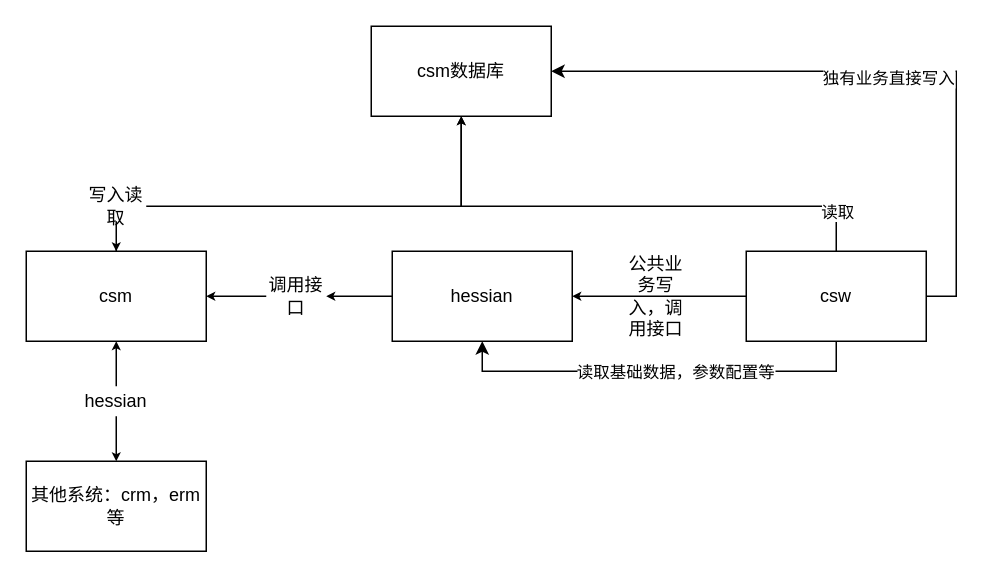
Before: newModel.drawio in lin-owen/hello-world, a draw.io diagram. Source tidied: cells renumbered, new cells numbered last; positions are measured from the earlier drawing's top-left corner, leaving out a move shared by most shapes. Both pictures are drawn from the tidied source at 150%, with x=0, y=0 at pixel (26, 26).
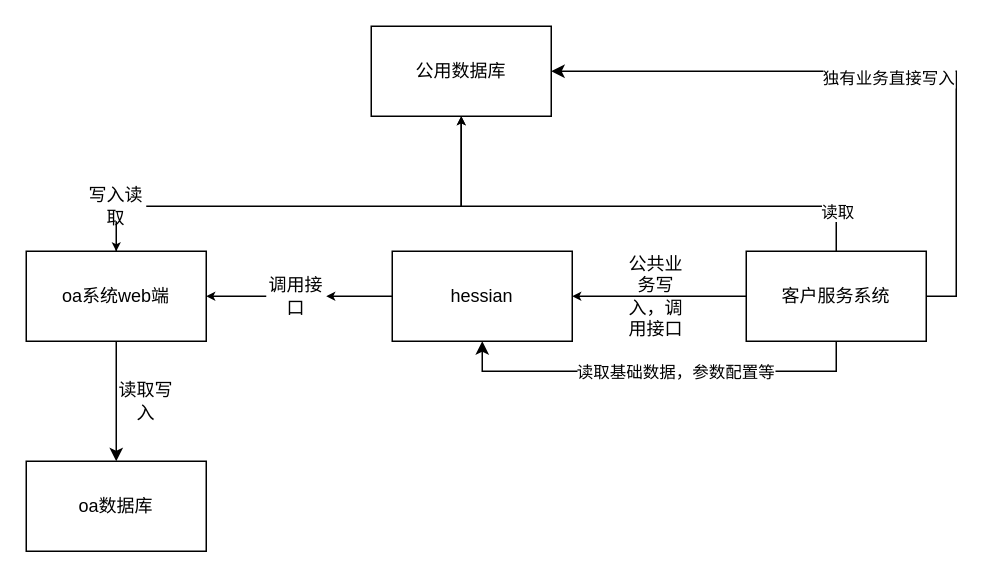
The same page after the edit.

What changed in the source:
```diff
@@
-    <mxCell id="2" value="csm数据库" style="rounded=0;whiteSpace=wrap;html=1;" parent="1" vertex="1">
+    <mxCell id="2" value="公用数据库" style="rounded=0;whiteSpace=wrap;html=1;" parent="1" vertex="1">
       <mxGeometry x="230" width="120" height="60" as="geometry" />
     </mxCell>
+    <mxCell id="24" style="edgeStyle=orthogonalEdgeStyle;rounded=0;jettySize=auto;html=1;" parent="1" edge="1" source="3" target="25">
+      <mxGeometry relative="1" as="geometry">
+        <Array as="points">
+          <mxPoint x="60" y="250" />
+          <mxPoint x="60" y="250" />
+        </Array>
+      </mxGeometry>
+    </mxCell>
-    <mxCell id="3" value="csm" style="rounded=0;whiteSpace=wrap;html=1;" parent="1" vertex="1">
+    <mxCell id="3" value="oa系统web端" style="rounded=0;whiteSpace=wrap;html=1;" parent="1" vertex="1">
       <mxGeometry y="150" width="120" height="60" as="geometry" />
     </mxCell>
@@
-    <mxCell id="13" value="csw" style="rounded=0;whiteSpace=wrap;html=1;" parent="1" vertex="1">
+    <mxCell id="13" value="客户服务系统" style="rounded=0;whiteSpace=wrap;html=1;" parent="1" vertex="1">
       <mxGeometry x="480" y="150" width="120" height="60" as="geometry" />
     </mxCell>
@@
-    <mxCell id="17" value="其他系统：crm，erm等" style="rounded=0;whiteSpace=wrap;html=1;" parent="1" vertex="1">
-      <mxGeometry y="290" width="120" height="60" as="geometry" />
-    </mxCell>
-    <mxCell id="18" style="edgeStyle=orthogonalEdgeStyle;rounded=0;jettySize=auto;html=1;startSize=3;endSize=3;" parent="1" edge="1" source="20" target="17">
-      <mxGeometry relative="1" as="geometry" />
-    </mxCell>
-    <mxCell id="19" style="edgeStyle=orthogonalEdgeStyle;rounded=0;jettySize=auto;html=1;startSize=3;endSize=3;entryX=0.5;entryY=1;entryDx=0;entryDy=0;" parent="1" edge="1" source="20" target="3">
-      <mxGeometry relative="1" as="geometry" />
-    </mxCell>
-    <mxCell id="20" value="hessian" style="text;html=1;strokeColor=none;fillColor=none;align=center;verticalAlign=middle;whiteSpace=wrap;rounded=0;" parent="1" vertex="1">
-      <mxGeometry x="40" y="240" width="40" height="20" as="geometry" />
-    </mxCell>
@@
+    <mxCell id="25" value="oa数据库" style="rounded=0;whiteSpace=wrap;html=1;" parent="1" vertex="1">
+      <mxGeometry y="290" width="120" height="60" as="geometry" />
+    </mxCell>
+    <mxCell id="26" value="读取写入" style="text;html=1;strokeColor=none;fillColor=none;align=center;verticalAlign=middle;whiteSpace=wrap;rounded=0;" parent="1" vertex="1">
+      <mxGeometry x="60" y="240" width="40" height="20" as="geometry" />
+    </mxCell>
```
